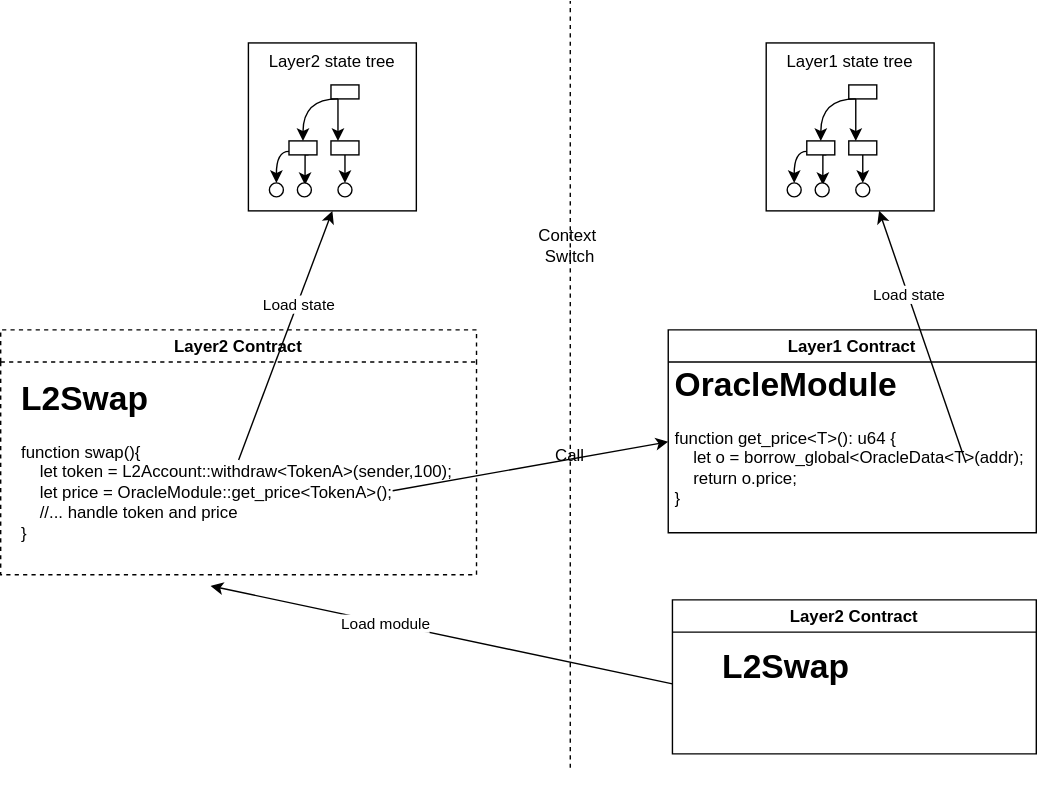
rooch-network/rooch-network.github.io keeps this draw.io diagram as static/diagram/rooch-cross-layer-invoke.svg. Above is the earlier version. Source tidied: cells renumbered, new cells last; positions are measured from the earlier drawing's top-left corner, leaving out a move shared by most shapes.
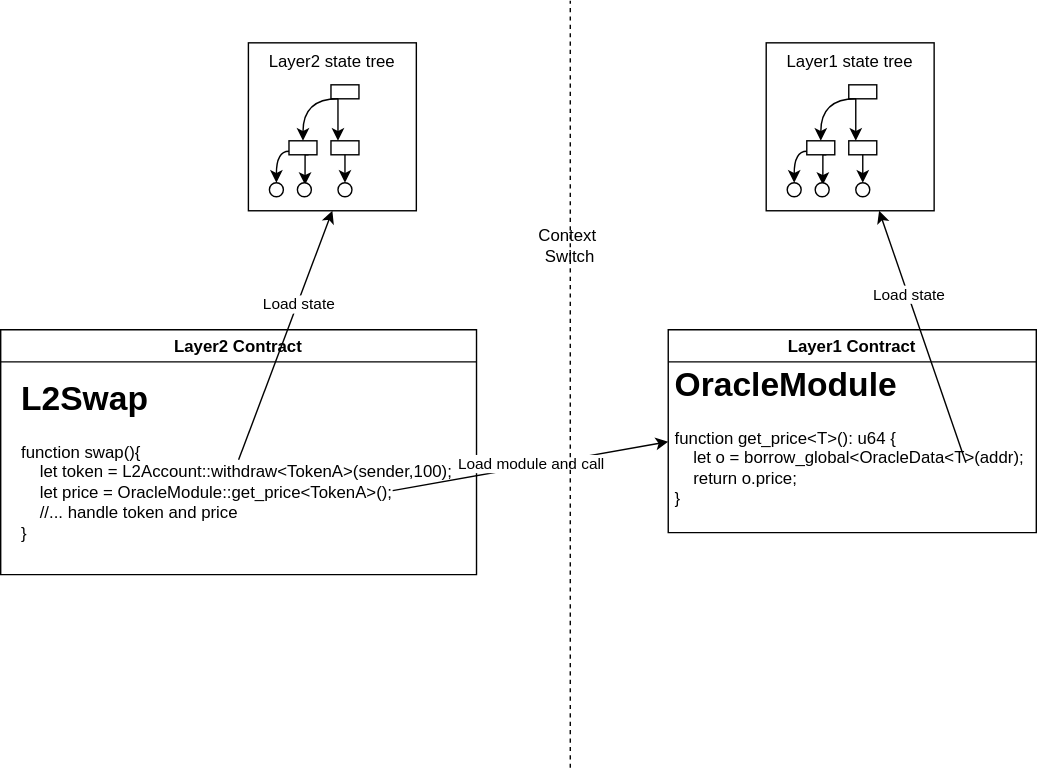
The same diagram one commit later.

What changed in the source:
```diff
@@ -2,7 +2,7 @@
   <root>
     <mxCell id="0" />
     <mxCell id="1" parent="0" />
-    <mxCell id="2" value="Layer2 Contract" style="swimlane;dashed=1;" parent="1" vertex="1">
+    <mxCell id="2" value="Layer2 Contract" style="swimlane;" parent="1" vertex="1">
       <mxGeometry y="235" width="340" height="175" as="geometry" />
     </mxCell>
     <mxCell id="3" value="&lt;h1&gt;L2Swap&lt;/h1&gt;&lt;p&gt;function swap(){&lt;br&gt;&amp;nbsp; &amp;nbsp; let token = L2Account::withdraw&amp;lt;TokenA&amp;gt;(sender,100);&lt;br&gt;&lt;span&gt;&lt;/span&gt;&amp;nbsp; &amp;nbsp; let price = OracleModule::get_price&amp;lt;TokenA&amp;gt;();&lt;br&gt;&amp;nbsp; &amp;nbsp; //... handle token and price&lt;br&gt;&lt;span&gt;}&lt;/span&gt;&lt;/p&gt;" style="text;html=1;strokeColor=none;fillColor=none;spacing=5;spacingTop=-20;whiteSpace=wrap;overflow=hidden;rounded=0;" parent="2" vertex="1">
@@ -17,6 +17,9 @@
     <mxCell id="6" style="endArrow=classic;html=1;rounded=0;entryX=0;entryY=0.5;entryDx=0;entryDy=0;exitX=0.844;exitY=0.607;exitDx=0;exitDy=0;exitPerimeter=0;" parent="1" edge="1" source="3" target="5">
       <mxGeometry relative="1" as="geometry" />
     </mxCell>
+    <mxCell id="44" value="Load module and call" style="edgeLabel;html=1;align=center;verticalAlign=middle;" parent="6" vertex="1">
+      <mxGeometry y="2" relative="1" as="geometry" />
+    </mxCell>
     <mxCell id="7" style="group;" parent="1" vertex="1">
       <mxGeometry x="177" y="30" width="120" height="120" as="geometry" />
     </mxCell>
@@ -124,31 +127,11 @@
     <mxCell id="37" value="Context&amp;nbsp;&lt;br&gt;Switch" style="text;html=1;strokeColor=none;fillColor=none;align=center;verticalAlign=middle;whiteSpace=wrap;rounded=0;" parent="1" vertex="1">
       <mxGeometry x="377" y="160" width="60" height="30" as="geometry" />
     </mxCell>
-    <mxCell id="38" value="Call" style="text;html=1;strokeColor=none;fillColor=none;align=center;verticalAlign=middle;whiteSpace=wrap;rounded=0;" parent="1" vertex="1">
-      <mxGeometry x="377" y="310" width="60" height="30" as="geometry" />
-    </mxCell>
     <mxCell id="39" style="endArrow=none;html=1;rounded=0;curved=1;dashed=1;" parent="1" edge="1">
       <mxGeometry relative="1" as="geometry">
         <mxPoint x="407" y="548" as="sourcePoint" />
         <mxPoint x="407" as="targetPoint" />
       </mxGeometry>
     </mxCell>
-    <mxCell id="40" value="Layer2 Contract" style="swimlane;" parent="1" vertex="1">
-      <mxGeometry x="480" y="428" width="260" height="110" as="geometry" />
-    </mxCell>
-    <mxCell id="41" value="&lt;h1&gt;L2Swap&lt;/h1&gt;" style="text;html=1;strokeColor=none;fillColor=none;spacing=5;spacingTop=-20;whiteSpace=wrap;overflow=hidden;rounded=0;" parent="40" vertex="1">
-      <mxGeometry x="31" y="28" width="140" height="110" as="geometry" />
-    </mxCell>
-    <mxCell id="42" style="endArrow=classic;html=1;rounded=0;" parent="1" edge="1">
-      <mxGeometry relative="1" as="geometry">
-        <mxPoint x="480" y="488" as="sourcePoint" />
-        <mxPoint x="150" y="418" as="targetPoint" />
-      </mxGeometry>
-    </mxCell>
-    <mxCell id="43" value="Load module" style="edgeLabel;html=1;align=center;verticalAlign=middle;" parent="42" vertex="1">
-      <mxGeometry x="0.25" relative="1" as="geometry">
-        <mxPoint x="1" as="offset" />
-      </mxGeometry>
-    </mxCell>
   </root>
 </mxGraphModel>
```
